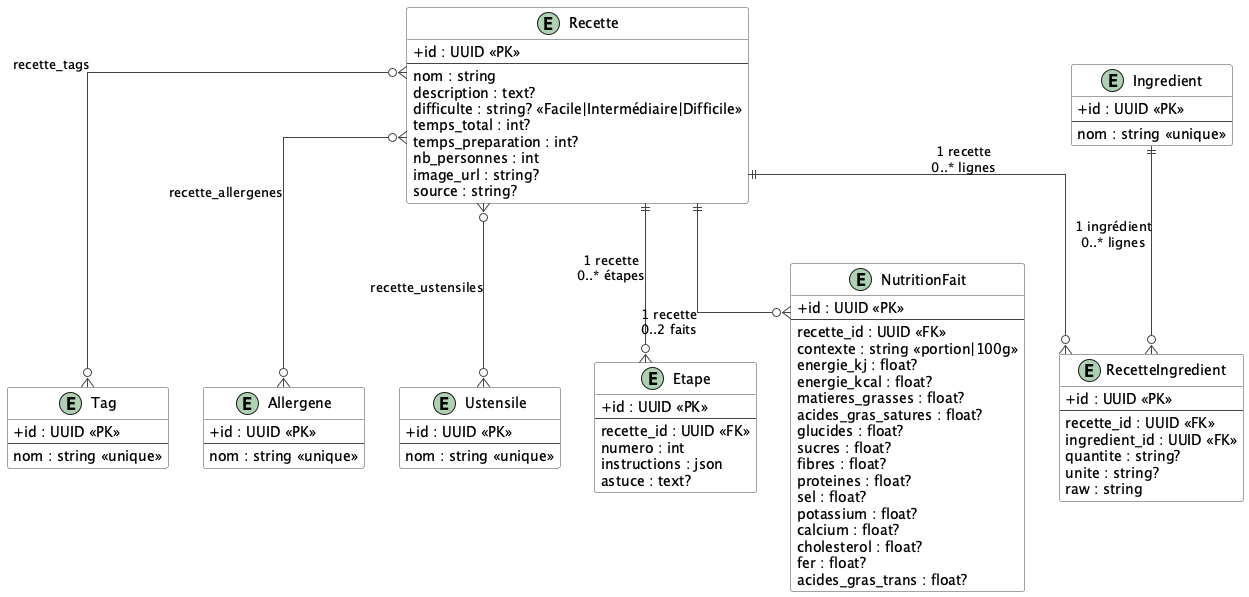
The PlantUML diagram .github/uml/entities.png in VincentC7/Kubo, before a commit. Source of this version:
```plantuml
@startuml

skinparam linetype ortho
skinparam classAttributeIconSize 0
skinparam class {
  BackgroundColor White
  BorderColor #444
  ArrowColor #444
}

entity Recette {
  + id : UUID <<PK>>
  --
  nom : string
  description : text?
  difficulte : string? <<Facile|Intermédiaire|Difficile>>
  temps_total : int?
  temps_preparation : int?
  nb_personnes : int
  image_url : string?
  source : string?
}

entity Tag {
  + id : UUID <<PK>>
  --
  nom : string <<unique>>
}

entity Allergene {
  + id : UUID <<PK>>
  --
  nom : string <<unique>>
}

entity Ustensile {
  + id : UUID <<PK>>
  --
  nom : string <<unique>>
}

entity Ingredient {
  + id : UUID <<PK>>
  --
  nom : string <<unique>>
}

entity RecetteIngredient {
  + id : UUID <<PK>>
  --
  recette_id : UUID <<FK>>
  ingredient_id : UUID <<FK>>
  quantite : string?
  unite : string?
  raw : string
}

entity Etape {
  + id : UUID <<PK>>
  --
  recette_id : UUID <<FK>>
  numero : int
  instructions : json
  astuce : text?
}

entity NutritionFait {
  + id : UUID <<PK>>
  --
  recette_id : UUID <<FK>>
  contexte : string <<portion|100g>>
  energie_kj : float?
  energie_kcal : float?
  matieres_grasses : float?
  acides_gras_satures : float?
  glucides : float?
  sucres : float?
  fibres : float?
  proteines : float?
  sel : float?
  potassium : float?
  calcium : float?
  cholesterol : float?
  fer : float?
  acides_gras_trans : float?
}

Recette }o--o{ Tag : recette_tags
Recette }o--o{ Allergene : recette_allergenes
Recette }o--o{ Ustensile : recette_ustensiles

Recette ||--o{ RecetteIngredient : "1 recette\n0..* lignes"
Ingredient ||--o{ RecetteIngredient : "1 ingrédient\n0..* lignes"

Recette ||--o{ Etape : "1 recette\n0..* étapes"
Recette ||--o{ NutritionFait : "1 recette\n0..2 faits"

@enduml
```
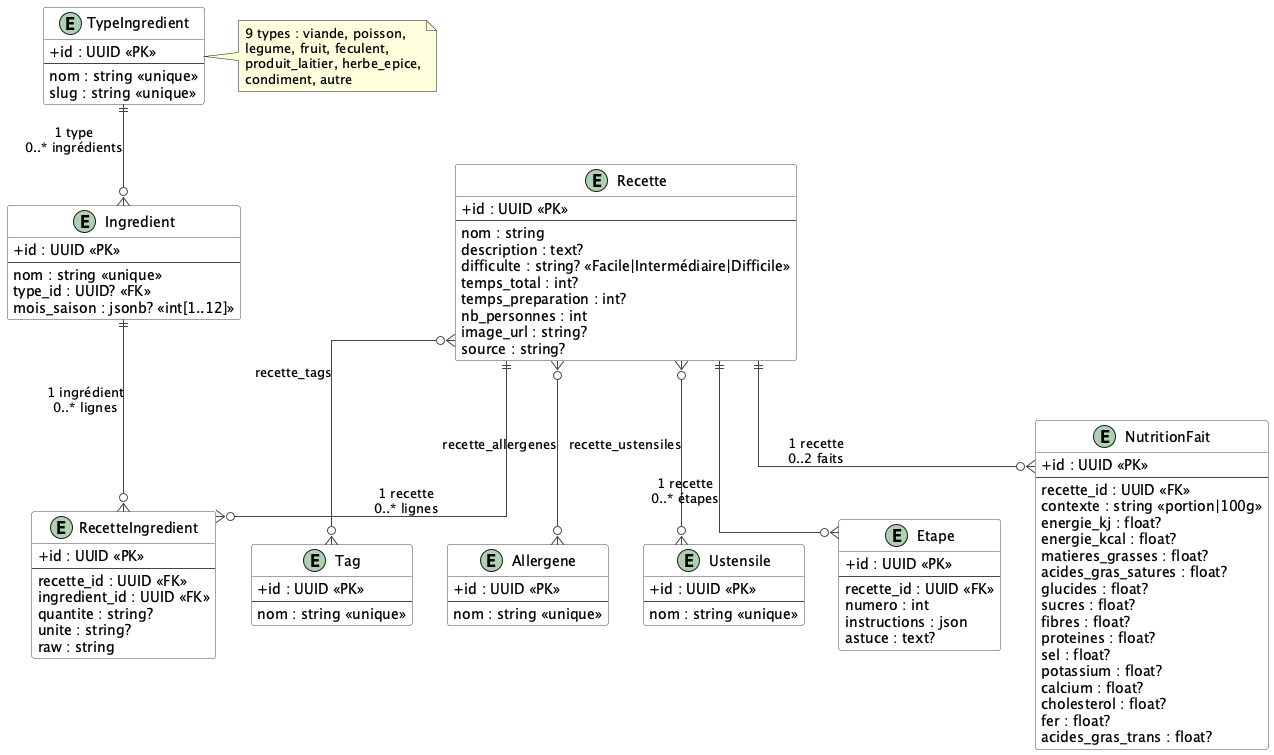
After the change.

Change to the diagram source:
```diff
@@ -39,10 +39,26 @@
   nom : string <<unique>>
 }
 
+entity TypeIngredient {
+  + id : UUID <<PK>>
+  --
+  nom : string <<unique>>
+  slug : string <<unique>>
+}
+
+note right of TypeIngredient
+  9 types : viande, poisson,
+  legume, fruit, feculent,
+  produit_laitier, herbe_epice,
+  condiment, autre
+end note
+
 entity Ingredient {
   + id : UUID <<PK>>
   --
   nom : string <<unique>>
+  type_id : UUID? <<FK>>
+  mois_saison : jsonb? <<int[1..12]>>
 }
 
 entity RecetteIngredient {
@@ -91,6 +107,7 @@
 
 Recette ||--o{ RecetteIngredient : "1 recette\n0..* lignes"
 Ingredient ||--o{ RecetteIngredient : "1 ingrédient\n0..* lignes"
+TypeIngredient ||--o{ Ingredient : "1 type\n0..* ingrédients"
 
 Recette ||--o{ Etape : "1 recette\n0..* étapes"
 Recette ||--o{ NutritionFait : "1 recette\n0..2 faits"
```
